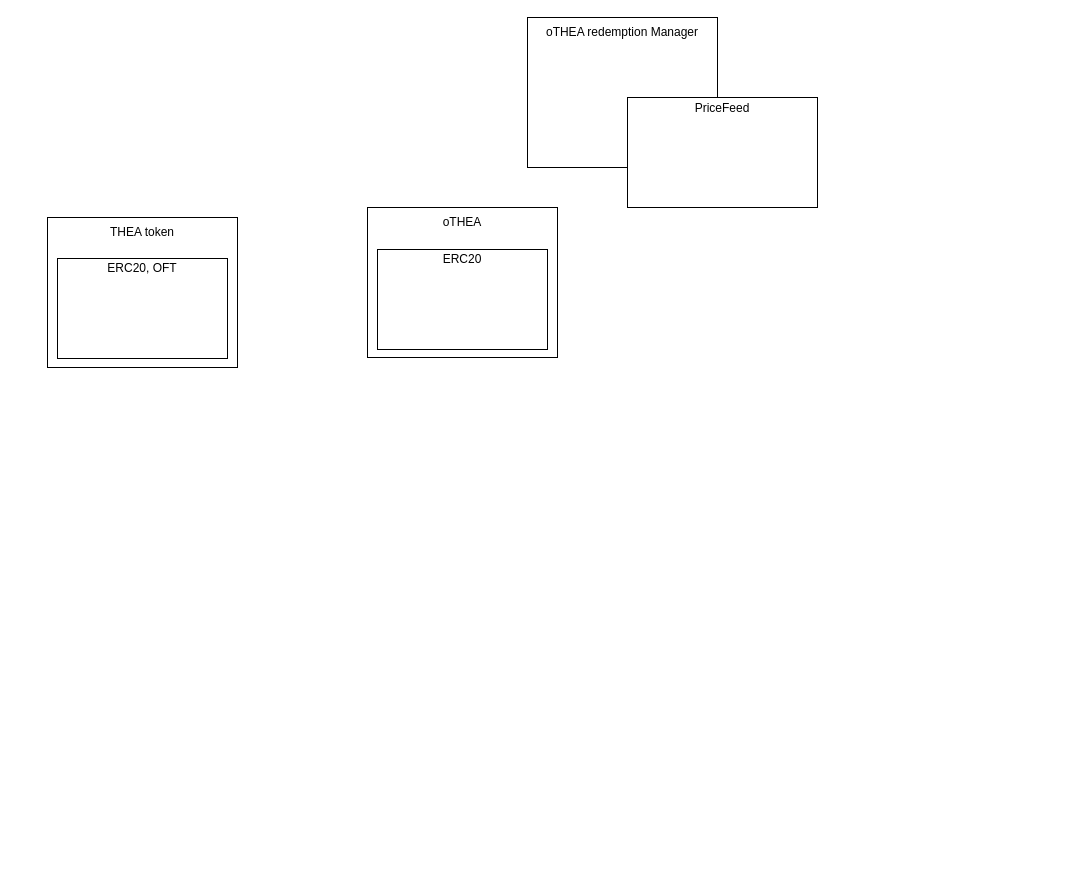
This is diagrams/Althea-token-diagram.drawio from Althea-Finance/althea-contracts, a draw.io file, before an edit. Source tidied: cells renumbered, new cells numbered last; positions are measured from the earlier drawing's top-left corner, leaving out a move shared by most shapes. Both pictures are drawn from the tidied source at 100%, with x=0, y=0 at pixel (47, 17).
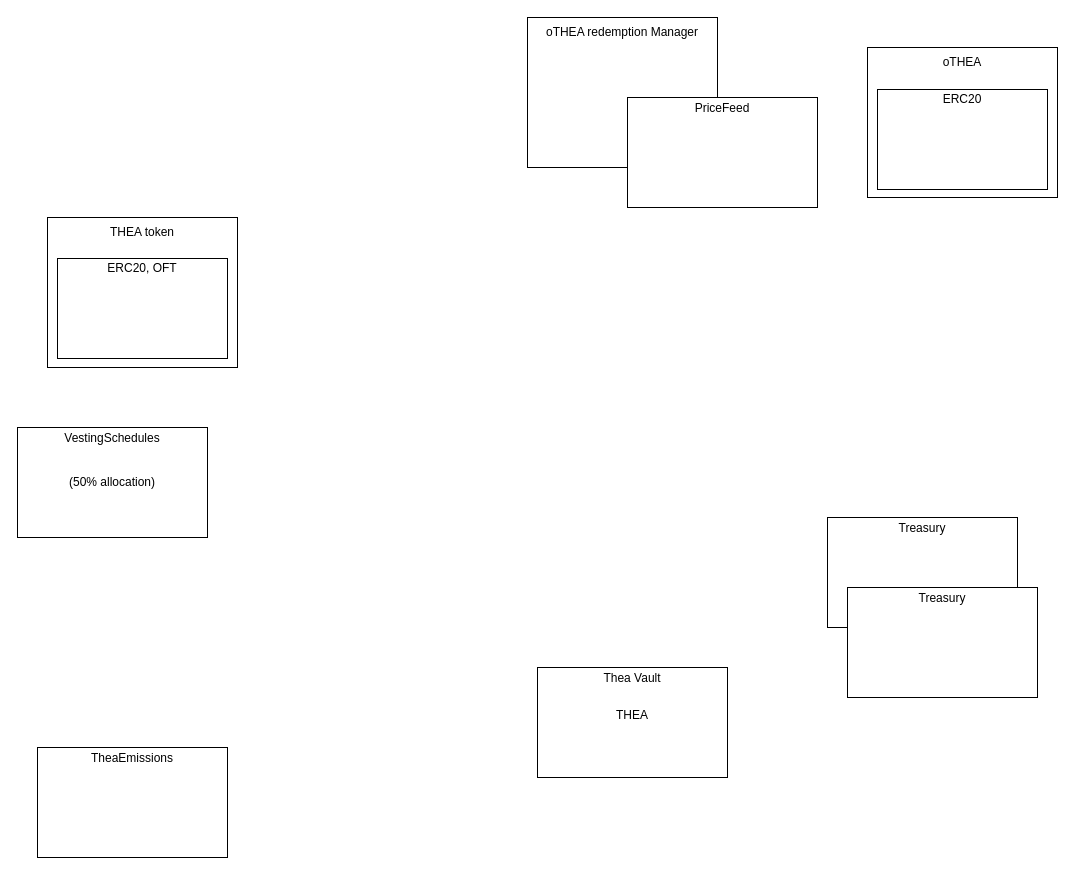
After the change.

Diff of the diagram source:
```diff
@@
     <mxCell id="12" style="group;" parent="1" vertex="1">
-      <mxGeometry x="320" y="190" width="190" height="150" as="geometry" />
+      <mxGeometry x="820" y="30" width="190" height="150" as="geometry" />
     </mxCell>
@@
+    <mxCell id="22" style="group;" parent="1" vertex="1">
+      <mxGeometry x="-30" y="410" width="190" height="110" as="geometry" />
+    </mxCell>
+    <mxCell id="23" value="(50% allocation)" style="rounded=0;whiteSpace=wrap;html=1;" parent="22" vertex="1">
+      <mxGeometry width="190" height="110" as="geometry" />
+    </mxCell>
+    <mxCell id="24" value="VestingSchedules" style="text;html=1;align=center;verticalAlign=middle;whiteSpace=wrap;rounded=0;" parent="22" vertex="1">
+      <mxGeometry width="190" height="22" as="geometry" />
+    </mxCell>
+    <mxCell id="25" style="group;" parent="1" vertex="1">
+      <mxGeometry x="-10" y="730" width="190" height="110" as="geometry" />
+    </mxCell>
+    <mxCell id="26" style="rounded=0;whiteSpace=wrap;html=1;" parent="25" vertex="1">
+      <mxGeometry width="190" height="110" as="geometry" />
+    </mxCell>
+    <mxCell id="27" value="TheaEmissions" style="text;html=1;align=center;verticalAlign=middle;whiteSpace=wrap;rounded=0;" parent="25" vertex="1">
+      <mxGeometry width="190" height="22" as="geometry" />
+    </mxCell>
+    <mxCell id="28" style="group;" parent="1" vertex="1">
+      <mxGeometry x="490" y="650" width="190" height="110" as="geometry" />
+    </mxCell>
+    <mxCell id="29" value="THEA&lt;div&gt;&lt;br&gt;&lt;/div&gt;" style="rounded=0;whiteSpace=wrap;html=1;" parent="28" vertex="1">
+      <mxGeometry width="190" height="110" as="geometry" />
+    </mxCell>
+    <mxCell id="30" value="Thea Vault" style="text;html=1;align=center;verticalAlign=middle;whiteSpace=wrap;rounded=0;" parent="28" vertex="1">
+      <mxGeometry width="190" height="22" as="geometry" />
+    </mxCell>
+    <mxCell id="31" style="group;" parent="1" vertex="1">
+      <mxGeometry x="780" y="500" width="190" height="110" as="geometry" />
+    </mxCell>
+    <mxCell id="32" style="rounded=0;whiteSpace=wrap;html=1;" parent="31" vertex="1">
+      <mxGeometry width="190" height="110" as="geometry" />
+    </mxCell>
+    <mxCell id="33" value="Treasury" style="text;html=1;align=center;verticalAlign=middle;whiteSpace=wrap;rounded=0;" parent="31" vertex="1">
+      <mxGeometry width="190" height="22" as="geometry" />
+    </mxCell>
+    <mxCell id="34" style="group;" parent="1" vertex="1">
+      <mxGeometry x="800" y="570" width="190" height="110" as="geometry" />
+    </mxCell>
+    <mxCell id="35" style="rounded=0;whiteSpace=wrap;html=1;" parent="34" vertex="1">
+      <mxGeometry width="190" height="110" as="geometry" />
+    </mxCell>
+    <mxCell id="36" value="Treasury" style="text;html=1;align=center;verticalAlign=middle;whiteSpace=wrap;rounded=0;" parent="34" vertex="1">
+      <mxGeometry width="190" height="22" as="geometry" />
+    </mxCell>
```
